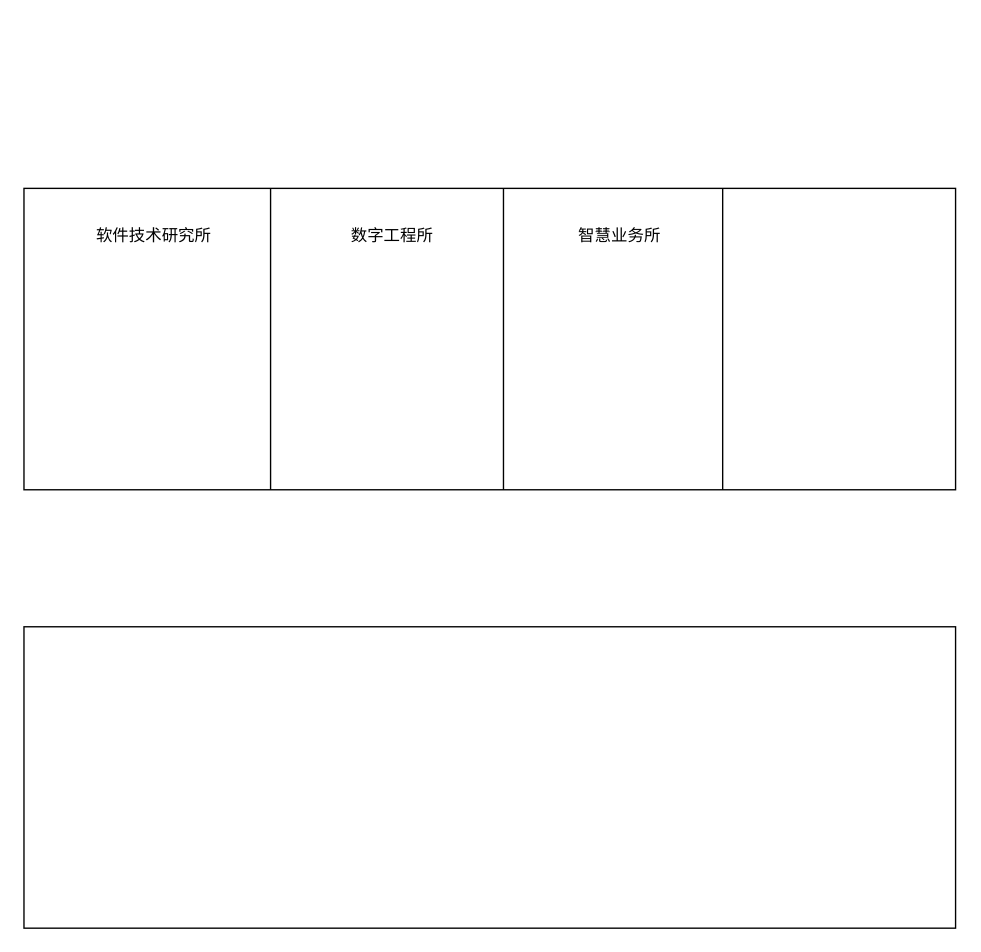
Before: 低代码—项目背景.drawio in tangyaosimida/love, a draw.io diagram. Source tidied: cells renumbered, new cells numbered last; positions are measured from the earlier drawing's top-left corner, leaving out a move shared by most shapes. Both pictures are drawn from the tidied source at 137%, with x=0, y=0 at pixel (23, 188).
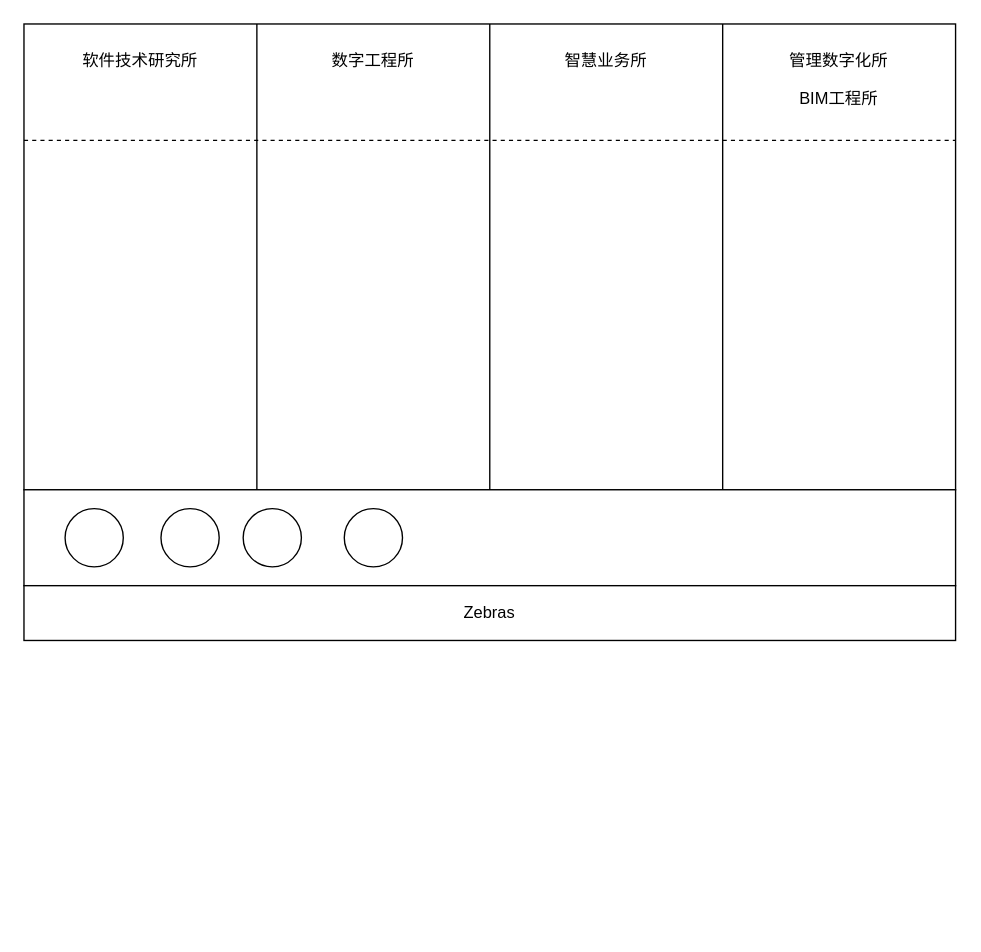
Above is the later version.

Commit message (it also covers changes not shown here):
更新低代码—项目背景.drawio

The edit, as a diff of the source:
```diff
@@
 <mxGraphModel>
   <root>
     <mxCell id="0" />
     <mxCell id="1" parent="0" />
     <mxCell id="2" style="rounded=0;whiteSpace=wrap;html=1;" parent="1" vertex="1">
-      <mxGeometry width="680" height="220" as="geometry" />
+      <mxGeometry y="-120" width="680" height="340" as="geometry" />
     </mxCell>
     <mxCell id="3" style="rounded=0;whiteSpace=wrap;html=1;" parent="1" vertex="1">
-      <mxGeometry y="320" width="680" height="220" as="geometry" />
+      <mxGeometry y="220" width="680" height="70" as="geometry" />
     </mxCell>
-    <mxCell id="4" style="endArrow=none;html=1;rounded=0;entryX=0.5;entryY=0;entryDx=0;entryDy=0;exitX=0.5;exitY=1;exitDx=0;exitDy=0;" parent="1" edge="1">
-      <mxGeometry relative="1" as="geometry">
-        <mxPoint x="350" y="220" as="sourcePoint" />
-        <mxPoint x="350" as="targetPoint" />
-      </mxGeometry>
+    <mxCell id="4" style="endArrow=none;html=1;rounded=0;entryX=0.5;entryY=0;entryDx=0;entryDy=0;exitX=0.5;exitY=0;exitDx=0;exitDy=0;" parent="1" edge="1" source="3" target="2">
+      <mxGeometry relative="1" as="geometry" />
     </mxCell>
-    <mxCell id="5" style="endArrow=none;html=1;rounded=0;entryX=0.5;entryY=0;entryDx=0;entryDy=0;exitX=0.5;exitY=1;exitDx=0;exitDy=0;" parent="1" edge="1">
+    <mxCell id="5" style="endArrow=none;html=1;rounded=0;entryX=0.75;entryY=0;entryDx=0;entryDy=0;exitX=0.5;exitY=1;exitDx=0;exitDy=0;" parent="1" edge="1" target="2">
       <mxGeometry relative="1" as="geometry">
         <mxPoint x="510" y="220" as="sourcePoint" />
-        <mxPoint x="510" as="targetPoint" />
       </mxGeometry>
     </mxCell>
-    <mxCell id="6" style="endArrow=none;html=1;rounded=0;entryX=0.5;entryY=0;entryDx=0;entryDy=0;exitX=0.5;exitY=1;exitDx=0;exitDy=0;" parent="1" edge="1">
-      <mxGeometry relative="1" as="geometry">
-        <mxPoint x="180" y="220" as="sourcePoint" />
-        <mxPoint x="180" as="targetPoint" />
-      </mxGeometry>
+    <mxCell id="6" style="endArrow=none;html=1;rounded=0;entryX=0.25;entryY=0;entryDx=0;entryDy=0;exitX=0.25;exitY=0;exitDx=0;exitDy=0;" parent="1" edge="1" source="3" target="2">
+      <mxGeometry relative="1" as="geometry" />
     </mxCell>
     <mxCell id="7" value="软件技术研究所" style="text;html=1;strokeColor=none;fillColor=none;align=center;verticalAlign=middle;whiteSpace=wrap;rounded=0;" parent="1" vertex="1">
-      <mxGeometry x="30" y="20" width="130" height="30" as="geometry" />
+      <mxGeometry x="20" y="-108" width="130" height="30" as="geometry" />
     </mxCell>
     <mxCell id="8" value="数字工程所" style="text;html=1;strokeColor=none;fillColor=none;align=center;verticalAlign=middle;whiteSpace=wrap;rounded=0;" parent="1" vertex="1">
-      <mxGeometry x="204" y="20" width="130" height="30" as="geometry" />
+      <mxGeometry x="190" y="-108" width="130" height="30" as="geometry" />
     </mxCell>
     <mxCell id="9" value="智慧业务所" style="text;html=1;strokeColor=none;fillColor=none;align=center;verticalAlign=middle;whiteSpace=wrap;rounded=0;" parent="1" vertex="1">
-      <mxGeometry x="370" y="20" width="130" height="30" as="geometry" />
+      <mxGeometry x="360" y="-108" width="130" height="30" as="geometry" />
     </mxCell>
+    <mxCell id="10" value="管理数字化所" style="text;html=1;strokeColor=none;fillColor=none;align=center;verticalAlign=middle;whiteSpace=wrap;rounded=0;" parent="1" vertex="1">
+      <mxGeometry x="530" y="-108" width="130" height="30" as="geometry" />
+    </mxCell>
+    <mxCell id="11" value="BIM工程所" style="text;html=1;strokeColor=none;fillColor=none;align=center;verticalAlign=middle;whiteSpace=wrap;rounded=0;" parent="1" vertex="1">
+      <mxGeometry x="530" y="-80" width="130" height="30" as="geometry" />
+    </mxCell>
+    <mxCell id="12" value="Zebras" style="rounded=0;whiteSpace=wrap;html=1;" parent="1" vertex="1">
+      <mxGeometry y="290" width="680" height="40" as="geometry" />
+    </mxCell>
+    <mxCell id="13" style="ellipse;whiteSpace=wrap;html=1;" parent="1" vertex="1">
+      <mxGeometry x="30" y="233.8" width="42.5" height="42.5" as="geometry" />
+    </mxCell>
+    <mxCell id="14" style="ellipse;whiteSpace=wrap;html=1;" parent="1" vertex="1">
+      <mxGeometry x="100" y="233.8" width="42.5" height="42.5" as="geometry" />
+    </mxCell>
+    <mxCell id="15" style="ellipse;whiteSpace=wrap;html=1;" parent="1" vertex="1">
+      <mxGeometry x="160" y="233.8" width="42.5" height="42.5" as="geometry" />
+    </mxCell>
+    <mxCell id="16" style="ellipse;whiteSpace=wrap;html=1;" parent="1" vertex="1">
+      <mxGeometry x="233.8" y="233.8" width="42.5" height="42.5" as="geometry" />
+    </mxCell>
+    <mxCell id="17" style="endArrow=none;dashed=1;html=1;rounded=0;entryX=1;entryY=0.25;entryDx=0;entryDy=0;exitX=0;exitY=0.25;exitDx=0;exitDy=0;" parent="1" edge="1" source="2" target="2">
+      <mxGeometry relative="1" as="geometry" />
+    </mxCell>
   </root>
 </mxGraphModel>
```
